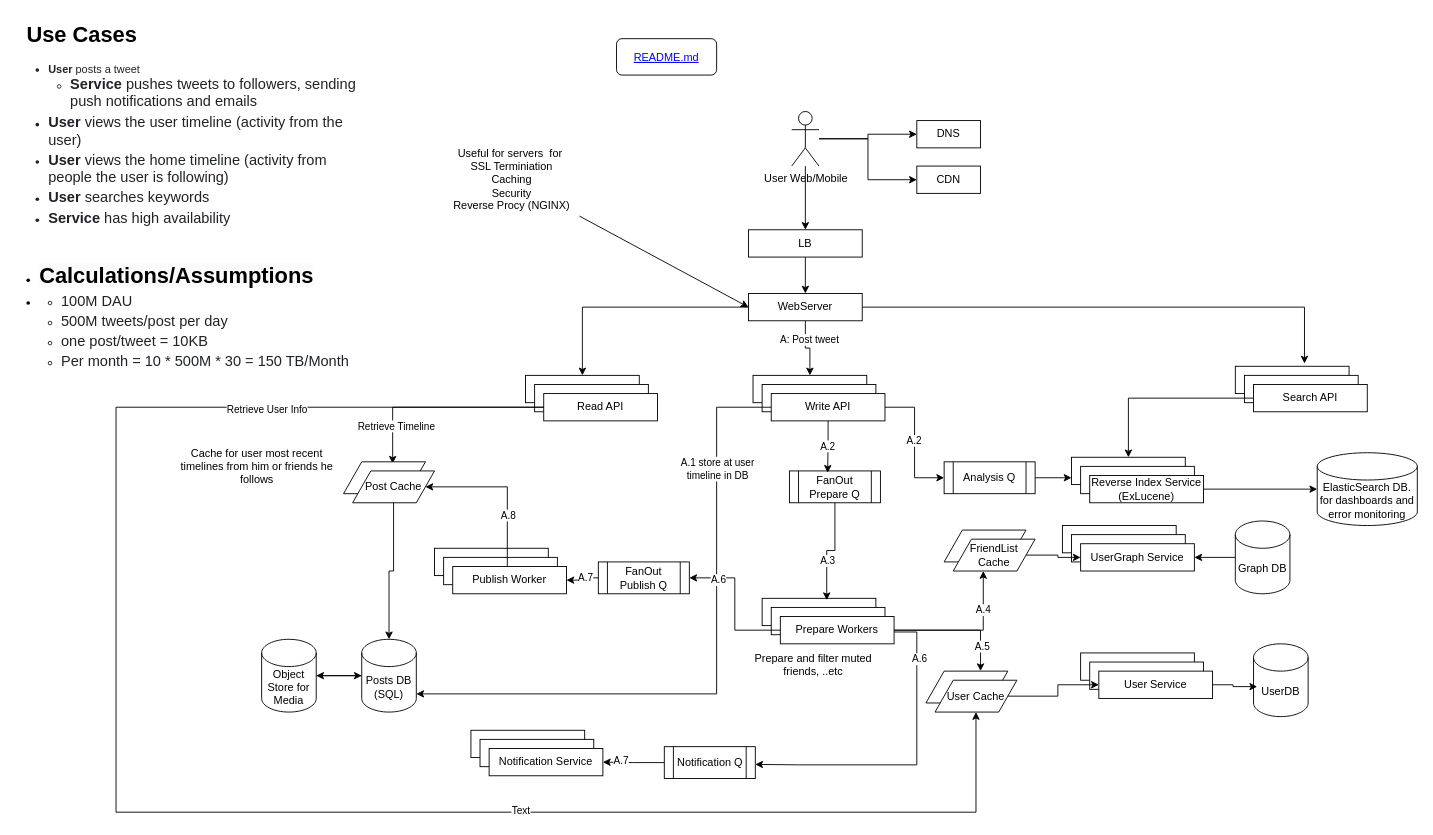
aismail2008/systemdesign keeps this draw.io diagram as NewsFeed(twitter-FB).drawio. Above is the earlier version. Source tidied: cells renumbered, new cells numbered last; positions are measured from the earlier drawing's top-left corner, leaving out a move shared by most shapes. Both pictures are drawn from the tidied source at 91%, with x=0, y=0 at pixel (15, 15).
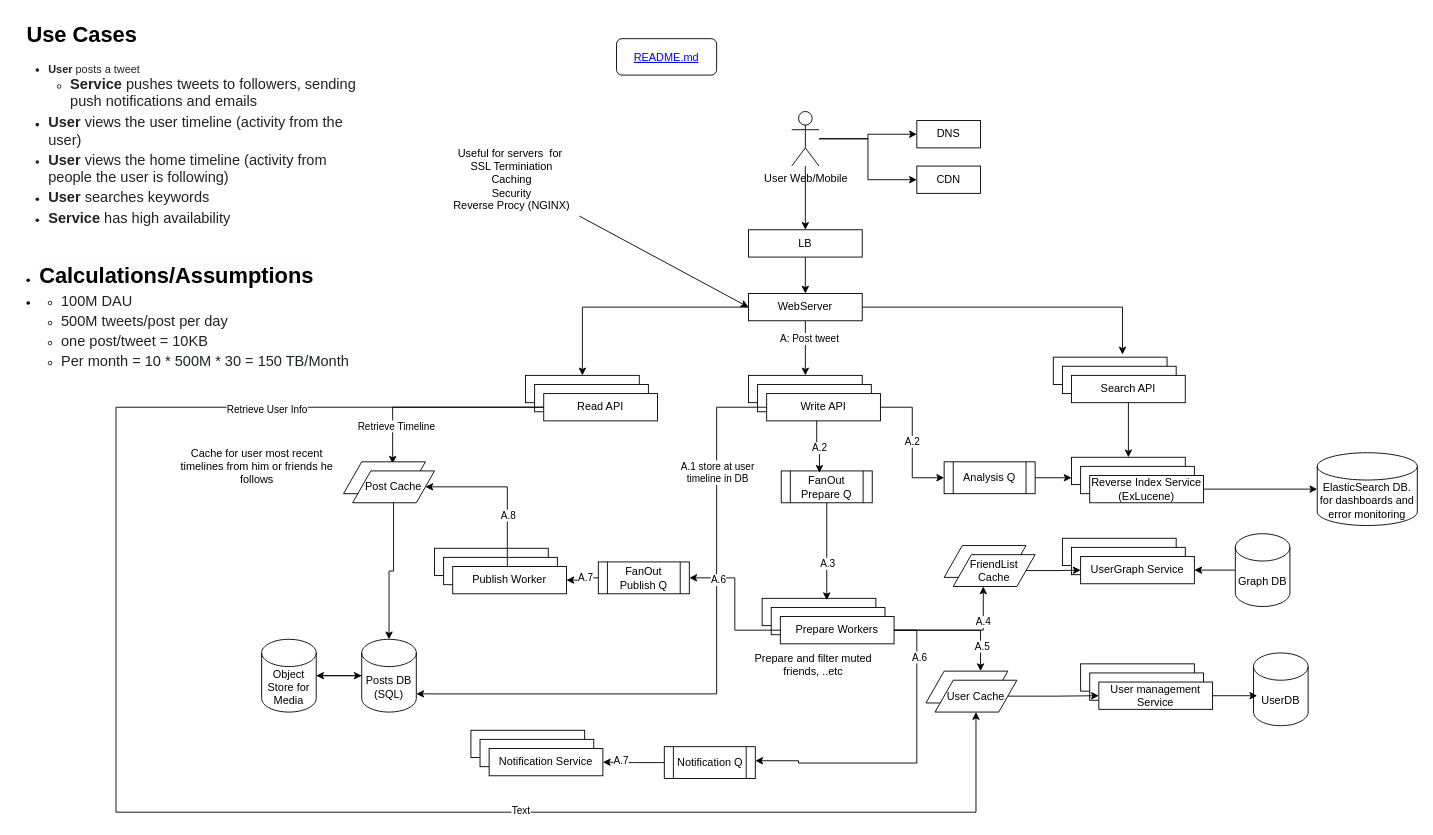
The same diagram, later.

Unchanged cells that the change refers to:
```xml
<mxCell id="25" value="Write API" style="rounded=0;whiteSpace=wrap;html=1;" parent="22" vertex="1">
  <mxGeometry x="20" y="20" width="125" height="30" as="geometry" />
</mxCell>
```

Diff of the diagram source:
```diff
@@
     <mxCell id="22" style="group;" parent="1" vertex="1">
-      <mxGeometry x="810" y="395" width="145" height="50" as="geometry" />
+      <mxGeometry x="805" y="395" width="145" height="50" as="geometry" />
     </mxCell>
@@
     <mxCell id="26" style="group;" parent="1" vertex="1">
-      <mxGeometry x="1340" y="385" width="145" height="50" as="geometry" />
+      <mxGeometry x="1140" y="375" width="145" height="50" as="geometry" />
     </mxCell>
@@
     <mxCell id="31" style="group;" parent="1" vertex="1">
-      <mxGeometry x="1150" y="560" width="145" height="50" as="geometry" />
+      <mxGeometry x="1150" y="574" width="145" height="50" as="geometry" />
     </mxCell>
@@
     <mxCell id="36" value="Graph DB" style="shape=cylinder3;whiteSpace=wrap;html=1;boundedLbl=1;backgroundOutline=1;size=15;" parent="1" vertex="1">
-      <mxGeometry x="1340" y="555" width="60" height="80" as="geometry" />
+      <mxGeometry x="1340" y="569" width="60" height="80" as="geometry" />
     </mxCell>
     <mxCell id="37" value="UserDB" style="shape=cylinder3;whiteSpace=wrap;html=1;boundedLbl=1;backgroundOutline=1;size=15;" parent="1" vertex="1">
-      <mxGeometry x="1360" y="690" width="60" height="80" as="geometry" />
+      <mxGeometry x="1360" y="700" width="60" height="80" as="geometry" />
     </mxCell>
     <mxCell id="38" style="group;" parent="1" vertex="1">
-      <mxGeometry x="1170" y="700" width="145" height="50" as="geometry" />
+      <mxGeometry x="1170" y="712" width="145" height="50" as="geometry" />
     </mxCell>
@@
-    <mxCell id="41" value="User Service" style="rounded=0;whiteSpace=wrap;html=1;" parent="38" vertex="1">
+    <mxCell id="41" value="User management Service" style="rounded=0;whiteSpace=wrap;html=1;" parent="38" vertex="1">
       <mxGeometry x="20" y="20" width="125" height="30" as="geometry" />
     </mxCell>
@@
     <mxCell id="57" value="FanOut Prepare Q" style="shape=process;whiteSpace=wrap;html=1;backgroundOutline=1;" parent="1" vertex="1">
-      <mxGeometry x="850" y="500" width="100" height="35" as="geometry" />
+      <mxGeometry x="841" y="500" width="100" height="35" as="geometry" />
     </mxCell>
     <mxCell id="58" style="edgeStyle=orthogonalEdgeStyle;rounded=0;jettySize=auto;html=1;entryX=0.42;entryY=0.057;entryDx=0;entryDy=0;entryPerimeter=0;" parent="1" edge="1" source="25" target="57">
-      <mxGeometry relative="1" as="geometry" />
+      <mxGeometry relative="1" as="geometry">
+        <Array as="points">
+          <mxPoint x="880" y="473" />
+          <mxPoint x="883" y="473" />
+        </Array>
+      </mxGeometry>
     </mxCell>
@@
     <mxCell id="62" style="group;" parent="1" vertex="1">
-      <mxGeometry x="1020" y="565" width="100" height="45" as="geometry" />
+      <mxGeometry x="1020" y="582" width="100" height="45" as="geometry" />
     </mxCell>
@@
     <mxCell id="95" style="edgeStyle=orthogonalEdgeStyle;rounded=0;orthogonalLoop=1;jettySize=auto;html=1;entryX=1;entryY=0.5;entryDx=0;entryDy=0;" parent="1" edge="1">
       <mxGeometry relative="1" as="geometry">
-        <mxPoint x="965" y="677" as="sourcePoint" />
-        <mxPoint x="812.5" y="822.5" as="targetPoint" />
+        <mxPoint x="965" y="675" as="sourcePoint" />
+        <mxPoint x="812.5" y="818.5" as="targetPoint" />
         <Array as="points">
-          <mxPoint x="990" y="677" />
-          <mxPoint x="990" y="823" />
-          <mxPoint x="860" y="823" />
+          <mxPoint x="990" y="675" />
+          <mxPoint x="990" y="821" />
+          <mxPoint x="860" y="821" />
+          <mxPoint x="860" y="819" />
         </Array>
       </mxGeometry>
     </mxCell>
```
